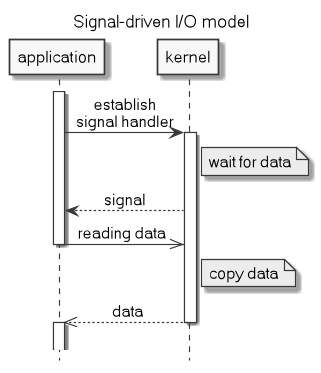
Above: .images/signal_driven_IO_model.png in c0p4c4b4n4/demo-sockets-io-nio-nio2 (PlantUML), before the change.
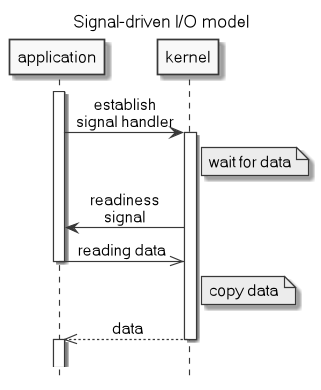
Later version of the same file.

Diff of the diagram source:
```diff
@@ -4,13 +4,12 @@
 skinparam monochrome true
 skinparam defaultFontName Microsoft Sans Serif
 skinparam titleFontSize 15
-
 skinparam sequenceMessageAlign center
 activate application
 application->kernel: establish\nsignal handler
 activate kernel
 Note right of kernel: wait for data
-kernel-->application: signal
+kernel->application: readiness\nsignal
 application->>kernel: reading data
 deactivate application
 Note right of kernel: copy data
```
